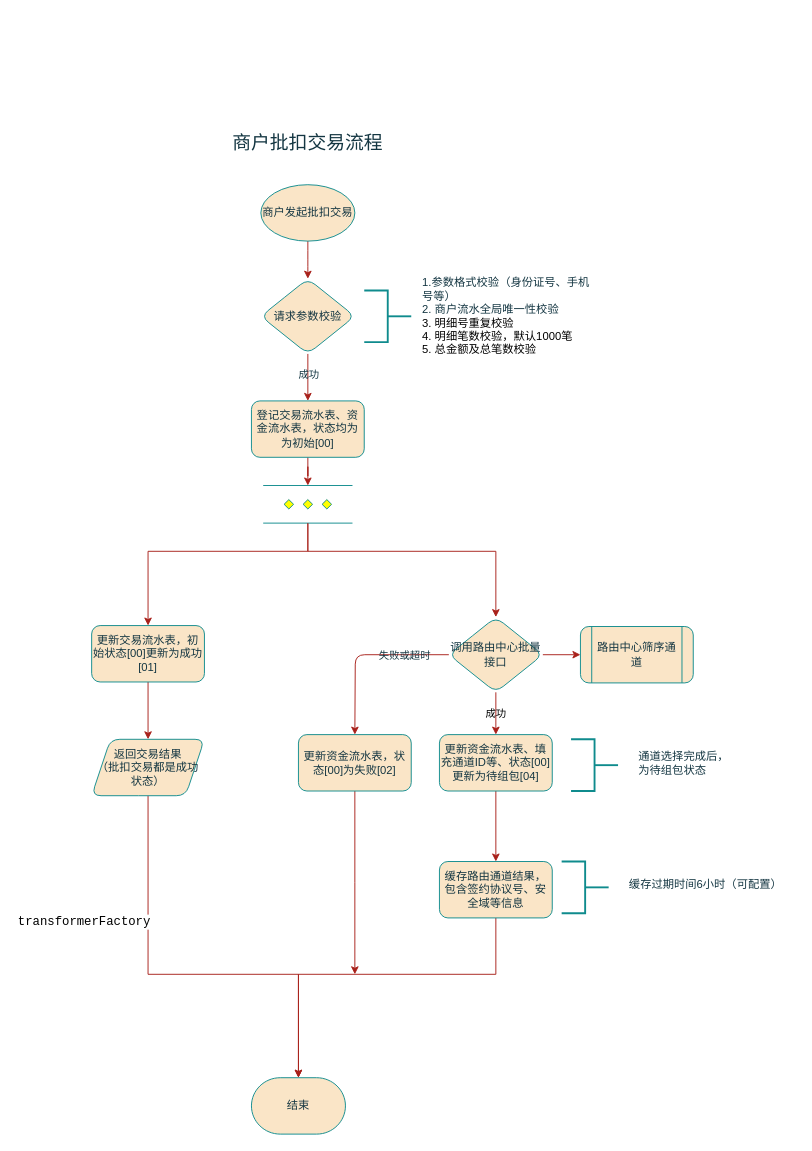
Earlier version of the draw.io diagram page "商户批扣交易流程" (3 of 10) of 代收服务.drawio (gaofv/draw). Source tidied: cells renumbered, new cells numbered last; positions are measured from the earlier drawing's top-left corner, leaving out a move shared by most shapes. Both pictures are drawn from the tidied source at 94%, with x=0, y=0 at pixel (16, 128).
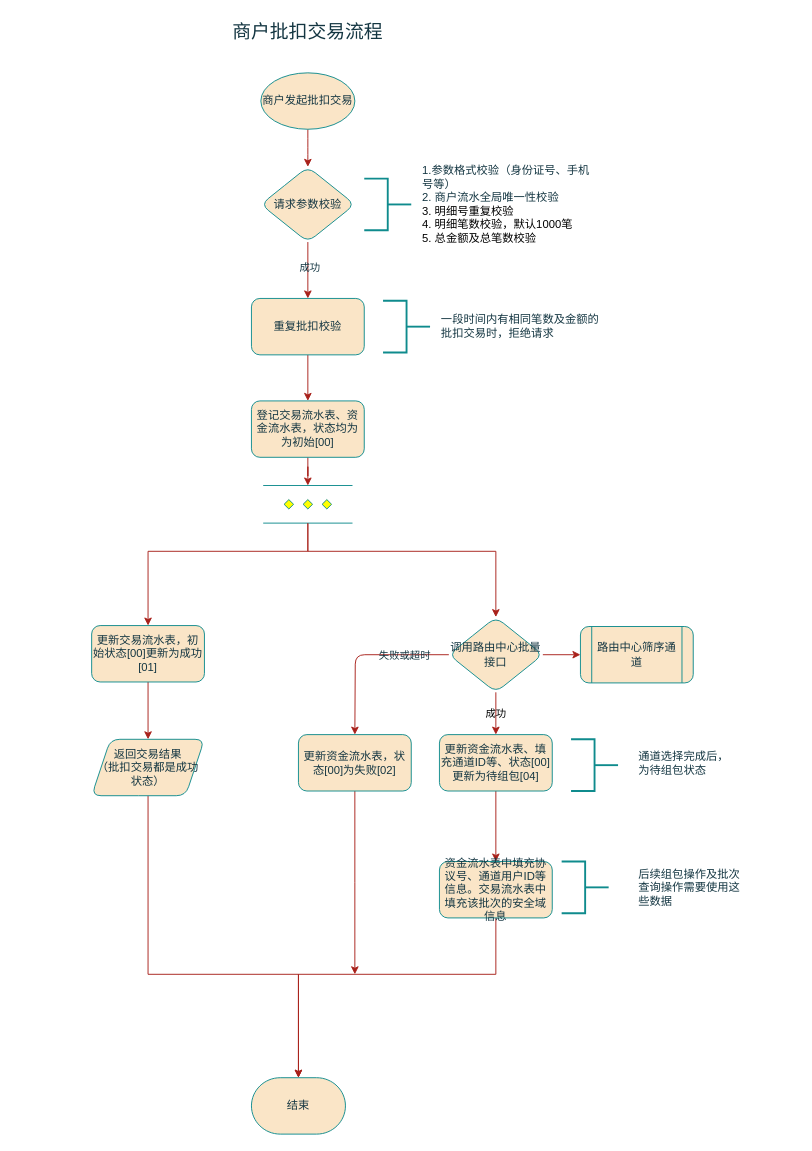
The same diagram, later.

Unchanged cells that the change refers to:
```xml
<mxCell id="5" value="登记交易流水表、资金流水表，状态均为为初始[00]" style="whiteSpace=wrap;html=1;strokeWidth=1;labelBackgroundColor=none;rounded=1;labelBorderColor=none;fillColor=#FAE5C7;strokeColor=#0F8B8D;fontColor=#143642;" parent="1" vertex="1">
  <mxGeometry x="250" y="290" width="120" height="60" as="geometry" />
</mxCell>
```

Change to the diagram source:
```diff
@@
     <mxCell id="2" style="edgeStyle=orthogonalEdgeStyle;rounded=1;jettySize=auto;html=1;strokeWidth=1;labelBackgroundColor=none;fontColor=default;labelBorderColor=none;strokeColor=#A8201A;" parent="1" edge="1" source="3">
       <mxGeometry relative="1" as="geometry">
-        <mxPoint x="310" y="160" as="targetPoint" />
+        <mxPoint x="310" y="41" as="targetPoint" />
       </mxGeometry>
     </mxCell>
     <mxCell id="3" value="商户发起批扣交易" style="strokeWidth=1;html=1;shape=mxgraph.flowchart.start_1;whiteSpace=wrap;labelBackgroundColor=none;rounded=1;labelBorderColor=none;fillColor=#FAE5C7;strokeColor=#0F8B8D;fontColor=#143642;" parent="1" vertex="1">
-      <mxGeometry x="260" y="60" width="100" height="60" as="geometry" />
+      <mxGeometry x="260" y="-59" width="100" height="60" as="geometry" />
     </mxCell>
@@
-    <mxCell id="7" style="edgeStyle=orthogonalEdgeStyle;rounded=1;jettySize=auto;html=1;labelBackgroundColor=none;fontColor=default;labelBorderColor=none;strokeColor=#A8201A;" parent="1" edge="1" source="9" target="5">
-      <mxGeometry relative="1" as="geometry" />
-    </mxCell>
+    <mxCell id="37" style="edgeStyle=orthogonalEdgeStyle;rounded=0;jettySize=auto;html=1;labelBackgroundColor=none;strokeColor=#A8201A;fontColor=default;" parent="1" edge="1" source="9" target="40">
+      <mxGeometry relative="1" as="geometry" />
+    </mxCell>
-    <mxCell id="8" value="成功" style="edgeLabel;html=1;align=center;verticalAlign=middle;labelBackgroundColor=none;rounded=1;labelBorderColor=none;fontColor=#143642;" parent="7" vertex="1">
-      <mxGeometry x="-0.17" relative="1" as="geometry" />
+    <mxCell id="8" value="成功" style="edgeLabel;html=1;align=center;verticalAlign=middle;labelBackgroundColor=none;fontColor=#143642;" parent="37" vertex="1">
+      <mxGeometry x="-0.13" y="1" relative="1" as="geometry" />
     </mxCell>
     <mxCell id="9" value="请求参数校验" style="rhombus;whiteSpace=wrap;html=1;strokeWidth=1;labelBackgroundColor=none;rounded=1;labelBorderColor=none;fillColor=#FAE5C7;strokeColor=#0F8B8D;fontColor=#143642;" parent="1" vertex="1">
-      <mxGeometry x="260" y="160" width="100" height="80" as="geometry" />
+      <mxGeometry x="260" y="41" width="100" height="80" as="geometry" />
     </mxCell>
@@
     <mxCell id="23" value="商户批扣交易流程" style="text;html=1;strokeColor=none;fillColor=none;align=center;verticalAlign=middle;whiteSpace=wrap;rounded=1;fontSize=20;labelBackgroundColor=none;labelBorderColor=none;fontColor=#143642;" parent="1" vertex="1">
-      <mxGeometry x="220" width="180" height="30" as="geometry" />
+      <mxGeometry x="220" y="-119" width="180" height="30" as="geometry" />
     </mxCell>
@@
     <mxCell id="27" style="strokeWidth=2;html=1;shape=mxgraph.flowchart.annotation_2;align=left;labelPosition=right;strokeColor=#0F8B8D;fontColor=#143642;fillColor=#FAE5C7;direction=west;labelBackgroundColor=none;" parent="1" vertex="1">
-      <mxGeometry x="370" y="172.5" width="50" height="55" as="geometry" />
+      <mxGeometry x="370" y="53.5" width="50" height="55" as="geometry" />
     </mxCell>
     <mxCell id="28" value="1.参数格式校验（身份证号、手机号等）&lt;br&gt;2. 商户流水全局唯一性校验&lt;br style=&quot;border-color: var(--border-color); color: rgb(0, 0, 0);&quot;&gt;&lt;span style=&quot;color: rgb(0, 0, 0);&quot;&gt;3.&amp;nbsp;明细号重复校验&lt;/span&gt;&lt;br style=&quot;border-color: var(--border-color); color: rgb(0, 0, 0);&quot;&gt;&lt;span style=&quot;color: rgb(0, 0, 0);&quot;&gt;4. 明细笔数校验，默认1000笔&lt;/span&gt;&lt;br style=&quot;border-color: var(--border-color); color: rgb(0, 0, 0);&quot;&gt;&lt;span style=&quot;color: rgb(0, 0, 0);&quot;&gt;5. 总金额及总笔数校验&lt;/span&gt;" style="text;html=1;strokeColor=none;fillColor=none;align=left;verticalAlign=middle;whiteSpace=wrap;rounded=0;fontColor=#143642;labelBackgroundColor=none;" parent="1" vertex="1">
-      <mxGeometry x="430" y="189" width="180" height="22" as="geometry" />
+      <mxGeometry x="430" y="70" width="180" height="22" as="geometry" />
     </mxCell>
@@
-    <mxCell id="33" value="缓存路由通道结果，包含签约协议号、安全域等信息" style="whiteSpace=wrap;html=1;strokeWidth=1;labelBackgroundColor=none;rounded=1;labelBorderColor=none;fillColor=#FAE5C7;strokeColor=#0F8B8D;fontColor=#143642;" parent="1" vertex="1">
+    <mxCell id="33" value="资金流水表中填充协议号、通道用户ID等信息。交易流水表中填充该批次的安全域信息" style="whiteSpace=wrap;html=1;strokeWidth=1;labelBackgroundColor=none;rounded=1;labelBorderColor=none;fillColor=#FAE5C7;strokeColor=#0F8B8D;fontColor=#143642;" parent="1" vertex="1">
       <mxGeometry x="450" y="780" width="120" height="60" as="geometry" />
     </mxCell>
@@
-    <mxCell id="35" value="缓存过期时间6小时（可配置）" style="text;html=1;strokeColor=none;fillColor=none;align=left;verticalAlign=middle;whiteSpace=wrap;rounded=0;fontColor=#143642;labelBackgroundColor=none;" parent="1" vertex="1">
-      <mxGeometry x="650" y="794" width="180" height="22" as="geometry" />
-    </mxCell>
-    <mxCell id="36" value="&lt;div style=&quot;background-color: rgb(255, 255, 255); color: rgb(8, 8, 8); font-family: &amp;quot;JetBrains Mono&amp;quot;, monospace; font-size: 9.8pt;&quot;&gt;&lt;span style=&quot;color:#000000;&quot;&gt;transformerFactory&lt;/span&gt;&lt;/div&gt;" style="text;whiteSpace=wrap;html=1;" parent="1" vertex="1">
-      <mxGeometry y="830" width="180" height="40" as="geometry" />
-    </mxCell>
+    <mxCell id="38" value="后续组包操作及批次查询操作需要使用这些数据" style="text;html=1;strokeColor=none;fillColor=none;align=left;verticalAlign=middle;whiteSpace=wrap;rounded=0;fontColor=#143642;labelBackgroundColor=none;" parent="1" vertex="1">
+      <mxGeometry x="660" y="796.5" width="120" height="22" as="geometry" />
+    </mxCell>
+    <mxCell id="39" style="edgeStyle=orthogonalEdgeStyle;rounded=0;jettySize=auto;html=1;labelBackgroundColor=none;strokeColor=#A8201A;fontColor=default;" parent="1" edge="1" source="40" target="5">
+      <mxGeometry relative="1" as="geometry" />
+    </mxCell>
+    <mxCell id="40" value="重复批扣校验" style="whiteSpace=wrap;html=1;fillColor=#FAE5C7;strokeColor=#0F8B8D;fontColor=#143642;strokeWidth=1;labelBackgroundColor=none;rounded=1;labelBorderColor=none;" parent="1" vertex="1">
+      <mxGeometry x="250" y="181" width="120" height="60" as="geometry" />
+    </mxCell>
+    <mxCell id="41" style="strokeWidth=2;html=1;shape=mxgraph.flowchart.annotation_2;align=left;labelPosition=right;strokeColor=#0F8B8D;fontColor=#143642;fillColor=#FAE5C7;direction=west;labelBackgroundColor=none;" parent="1" vertex="1">
+      <mxGeometry x="390" y="183.5" width="50" height="55" as="geometry" />
+    </mxCell>
+    <mxCell id="42" value="一段时间内有相同笔数及金额的批扣交易时，拒绝请求" style="text;html=1;strokeColor=none;fillColor=none;align=left;verticalAlign=middle;whiteSpace=wrap;rounded=0;fontColor=#143642;labelBackgroundColor=none;" parent="1" vertex="1">
+      <mxGeometry x="450" y="200" width="180" height="22" as="geometry" />
+    </mxCell>
```
